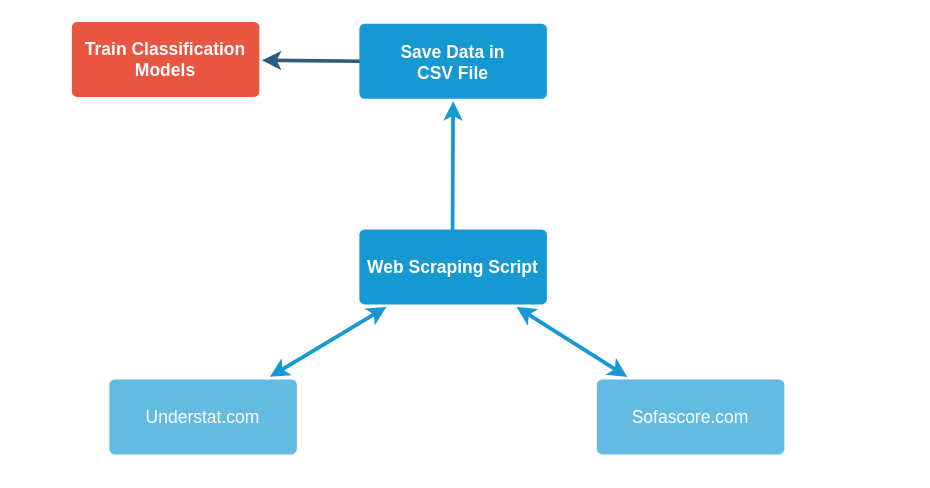
Before: Diagramme sans nom.drawio in 7sni07/Git_Course, a draw.io diagram. Source tidied: cells renumbered, new cells numbered last; positions are measured from the earlier drawing's top-left corner, leaving out a move shared by most shapes. Both pictures are drawn from the tidied source at 125%, with x=0, y=0 at pixel (71, 21).
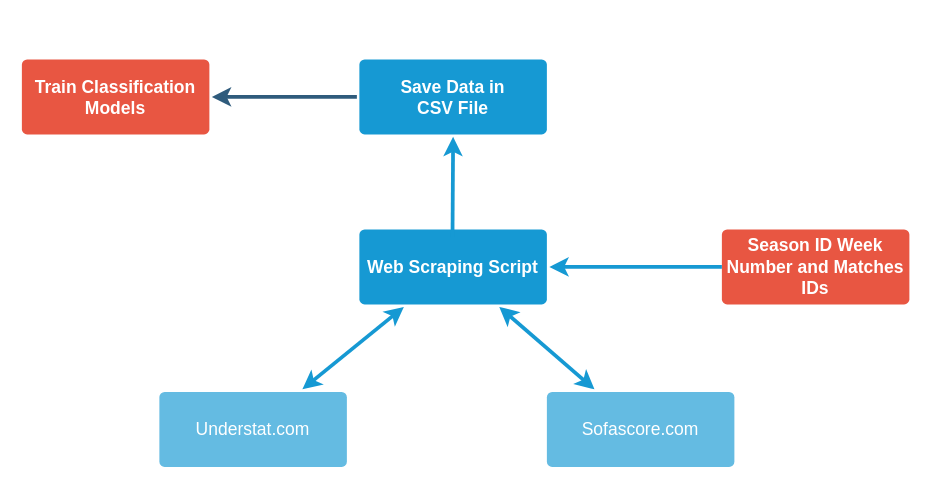
The same diagram, later.

Commit message:
Mettre à jour Diagramme sans nom.drawio

Change to the diagram source:
```diff
@@
 <mxGraphModel>
   <root>
     <mxCell id="0" />
     <mxCell id="1" parent="0" />
-    <mxCell id="2" style="edgeStyle=none;rounded=0;jumpStyle=none;html=1;shadow=0;labelBackgroundColor=none;startArrow=none;startFill=0;endArrow=classic;endFill=1;jettySize=auto;strokeColor=#2F5B7C;strokeWidth=3;fontFamily=Helvetica;fontSize=16;fontColor=#23445D;spacing=5;" parent="1" edge="1" target="3">
-      <mxGeometry relative="1" as="geometry">
-        <mxPoint x="233" y="31.5" as="sourcePoint" />
-      </mxGeometry>
+    <mxCell id="2" style="edgeStyle=none;rounded=0;jumpStyle=none;html=1;shadow=0;labelBackgroundColor=none;startArrow=none;startFill=0;endArrow=classic;endFill=1;jettySize=auto;strokeColor=#2F5B7C;strokeWidth=3;fontFamily=Helvetica;fontSize=16;fontColor=#23445D;spacing=5;exitX=0;exitY=0.5;exitDx=0;exitDy=0;entryX=1;entryY=0.5;entryDx=0;entryDy=0;" parent="1" edge="1" source="10" target="3">
+      <mxGeometry relative="1" as="geometry" />
     </mxCell>
     <mxCell id="3" value="Train Classification Models" style="rounded=1;whiteSpace=wrap;html=1;shadow=0;labelBackgroundColor=none;strokeColor=none;strokeWidth=3;fillColor=#e85642;fontFamily=Helvetica;fontSize=14;fontColor=#FFFFFF;align=center;spacing=5;fontStyle=1;arcSize=7;perimeterSpacing=2;" parent="1" vertex="1">
-      <mxGeometry width="150" height="60" as="geometry" />
+      <mxGeometry x="-40" y="30" width="150" height="60" as="geometry" />
     </mxCell>
     <mxCell id="4" style="edgeStyle=none;rounded=0;jumpStyle=none;html=1;shadow=0;labelBackgroundColor=none;startArrow=classic;startFill=1;endArrow=classic;endFill=1;jettySize=auto;strokeColor=#1699D3;strokeWidth=3;fontFamily=Helvetica;fontSize=14;fontColor=#FFFFFF;spacing=5;" parent="1" edge="1" source="8" target="6">
       <mxGeometry relative="1" as="geometry" />
     </mxCell>
     <mxCell id="5" style="edgeStyle=none;rounded=0;jumpStyle=none;html=1;shadow=0;labelBackgroundColor=none;startArrow=classic;startFill=1;endArrow=classic;endFill=1;jettySize=auto;strokeColor=#1699D3;strokeWidth=3;fontFamily=Helvetica;fontSize=14;fontColor=#FFFFFF;spacing=5;" parent="1" edge="1" source="7" target="6">
       <mxGeometry relative="1" as="geometry" />
     </mxCell>
     <mxCell id="6" value="Web Scraping Script" style="rounded=1;whiteSpace=wrap;html=1;shadow=0;labelBackgroundColor=none;strokeColor=none;strokeWidth=3;fillColor=#1699d3;fontFamily=Helvetica;fontSize=14;fontColor=#FFFFFF;align=center;spacing=5;fontStyle=1;arcSize=7;perimeterSpacing=2;" parent="1" vertex="1">
       <mxGeometry x="230" y="166" width="150" height="60" as="geometry" />
     </mxCell>
     <mxCell id="7" value="Sofascore.com" style="rounded=1;whiteSpace=wrap;html=1;shadow=0;labelBackgroundColor=none;strokeColor=none;strokeWidth=3;fillColor=#64bbe2;fontFamily=Helvetica;fontSize=14;fontColor=#FFFFFF;align=center;spacing=5;arcSize=7;perimeterSpacing=2;" parent="1" vertex="1">
-      <mxGeometry x="420" y="286" width="150" height="60" as="geometry" />
+      <mxGeometry x="380" y="296" width="150" height="60" as="geometry" />
     </mxCell>
     <mxCell id="8" value="Understat.com" style="rounded=1;whiteSpace=wrap;html=1;shadow=0;labelBackgroundColor=none;strokeColor=none;strokeWidth=3;fillColor=#64bbe2;fontFamily=Helvetica;fontSize=14;fontColor=#FFFFFF;align=center;spacing=5;arcSize=7;perimeterSpacing=2;" parent="1" vertex="1">
-      <mxGeometry x="30" y="286" width="150" height="60" as="geometry" />
+      <mxGeometry x="70" y="296" width="150" height="60" as="geometry" />
     </mxCell>
-    <mxCell id="9" style="edgeStyle=none;rounded=0;jumpStyle=none;html=1;shadow=0;labelBackgroundColor=none;startArrow=none;startFill=0;endArrow=classic;endFill=1;jettySize=auto;strokeColor=#1699D3;strokeWidth=3;fontFamily=Helvetica;fontSize=14;fontColor=#FFFFFF;spacing=5;entryX=0.5;entryY=1;entryDx=0;entryDy=0;" parent="1" edge="1" target="10">
+    <mxCell id="9" style="edgeStyle=none;rounded=0;jumpStyle=none;html=1;shadow=0;labelBackgroundColor=none;startArrow=none;startFill=0;endArrow=classic;endFill=1;jettySize=auto;orthogonalLoop=1;strokeColor=#1699D3;strokeWidth=3;fontFamily=Helvetica;fontSize=14;fontColor=#FFFFFF;spacing=5;" parent="1" edge="1">
       <mxGeometry relative="1" as="geometry">
-        <mxPoint x="304.5" y="176" as="sourcePoint" />
+        <mxPoint x="304.5" y="172.5" as="sourcePoint" />
+        <mxPoint x="305" y="92" as="targetPoint" />
       </mxGeometry>
     </mxCell>
     <mxCell id="10" value="Save Data in &lt;br&gt;CSV File" style="rounded=1;whiteSpace=wrap;html=1;shadow=0;labelBackgroundColor=none;strokeColor=none;strokeWidth=3;fillColor=#1699d3;fontFamily=Helvetica;fontSize=14;fontColor=#FFFFFF;align=center;spacing=5;fontStyle=1;arcSize=7;perimeterSpacing=2;" parent="1" vertex="1">
-      <mxGeometry x="230" y="1.5" width="150" height="60" as="geometry" />
+      <mxGeometry x="230" y="30" width="150" height="60" as="geometry" />
     </mxCell>
+    <mxCell id="11" value="Season ID Week Number and Matches IDs" style="rounded=1;whiteSpace=wrap;html=1;shadow=0;labelBackgroundColor=none;strokeColor=none;strokeWidth=3;fillColor=#e85642;fontFamily=Helvetica;fontSize=14;fontColor=#FFFFFF;align=center;spacing=5;fontStyle=1;arcSize=7;perimeterSpacing=2;" parent="1" vertex="1">
+      <mxGeometry x="520" y="166" width="150" height="60" as="geometry" />
+    </mxCell>
+    <mxCell id="12" style="edgeStyle=none;rounded=0;jumpStyle=none;html=1;shadow=0;labelBackgroundColor=none;startArrow=none;startFill=0;endArrow=classic;endFill=1;jettySize=auto;strokeColor=#1699D3;strokeWidth=3;fontFamily=Helvetica;fontSize=14;fontColor=#FFFFFF;spacing=5;entryX=1;entryY=0.5;entryDx=0;entryDy=0;" parent="1" edge="1" target="6">
+      <mxGeometry relative="1" as="geometry">
+        <mxPoint x="520" y="196" as="sourcePoint" />
+      </mxGeometry>
+    </mxCell>
   </root>
 </mxGraphModel>
```
